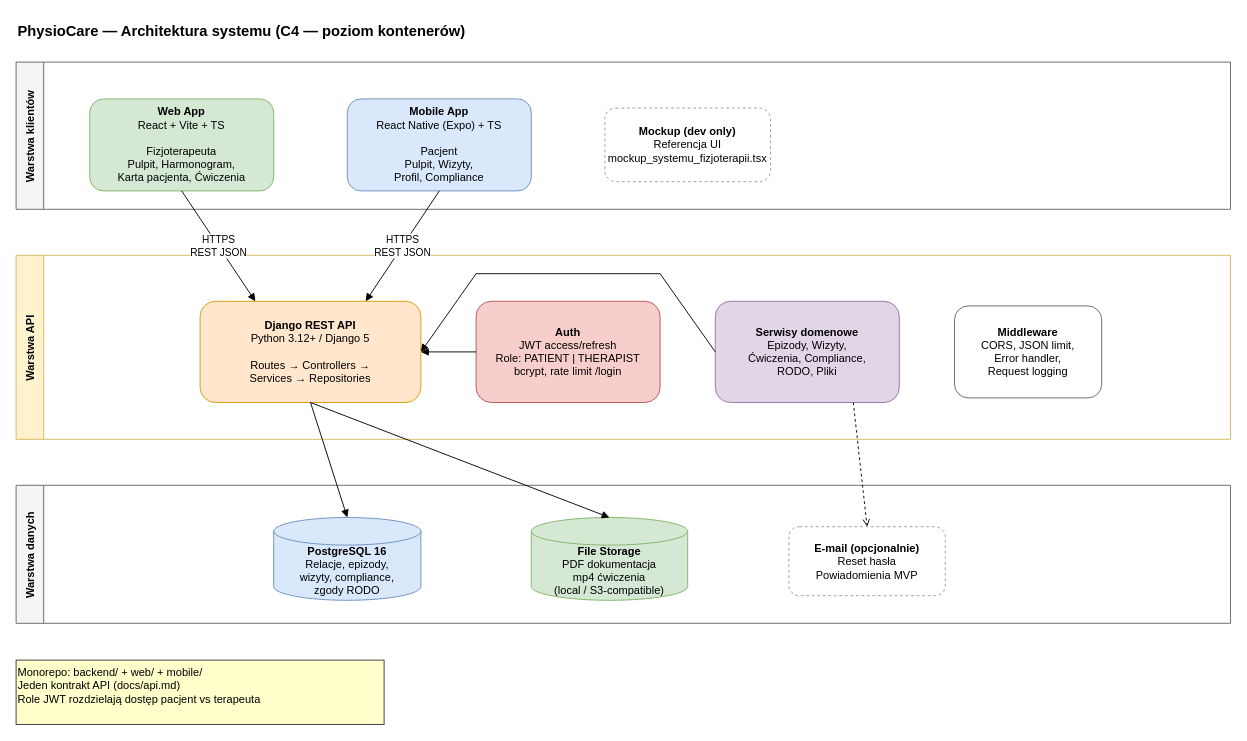
This is docs/diagrams/architecture.drawio from kacperszczudlo/PhysioCare, a draw.io file, before an edit. Source tidied: cells renumbered, new cells numbered last; positions are measured from the earlier drawing's top-left corner, leaving out a move shared by most shapes. Both pictures are drawn from the tidied source at 92%, with x=0, y=0 at pixel (16, 16).
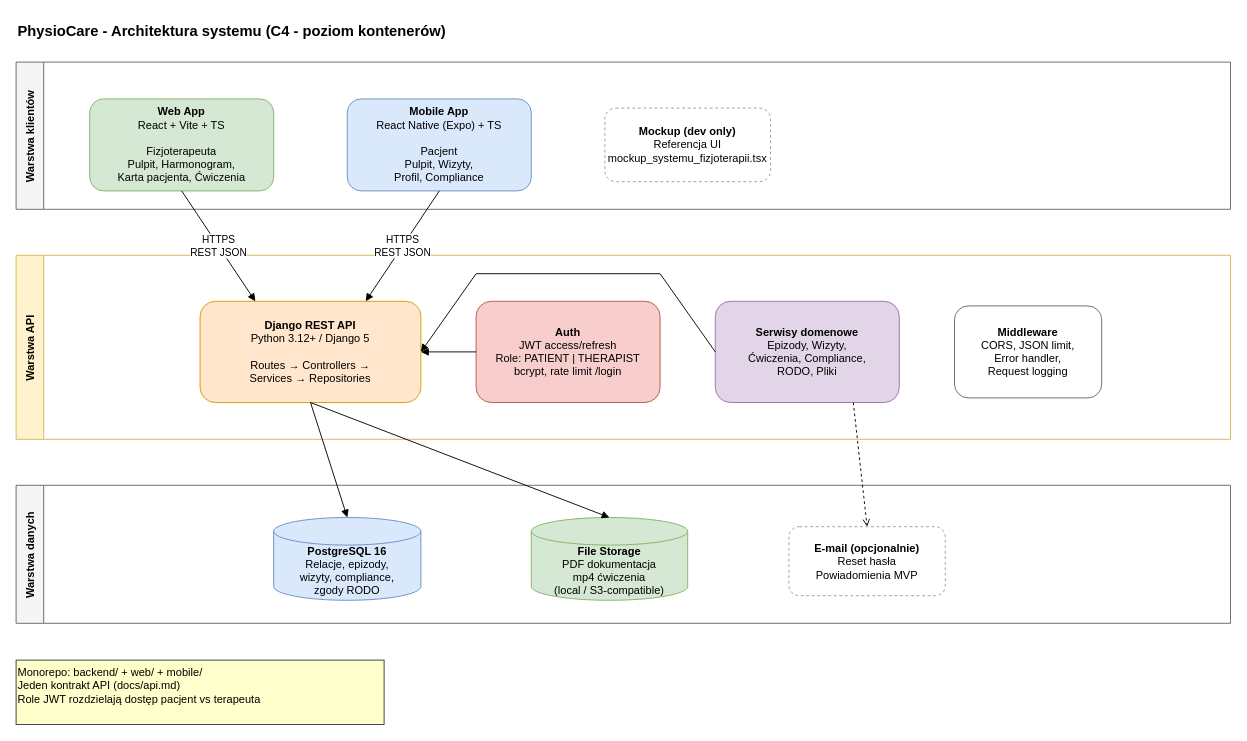
Above is the later version.

What changed in the source:
```diff
@@
-    <mxCell id="2" value="PhysioCare — Architektura systemu (C4 — poziom kontenerów)" style="text;html=1;fontSize=16;fontStyle=1;" parent="1" vertex="1">
+    <mxCell id="2" value="PhysioCare - Architektura systemu (C4 - poziom kontenerów)" style="text;html=1;fontSize=16;fontStyle=1;" parent="1" vertex="1">
       <mxGeometry width="600" height="30" as="geometry" />
     </mxCell>
```
